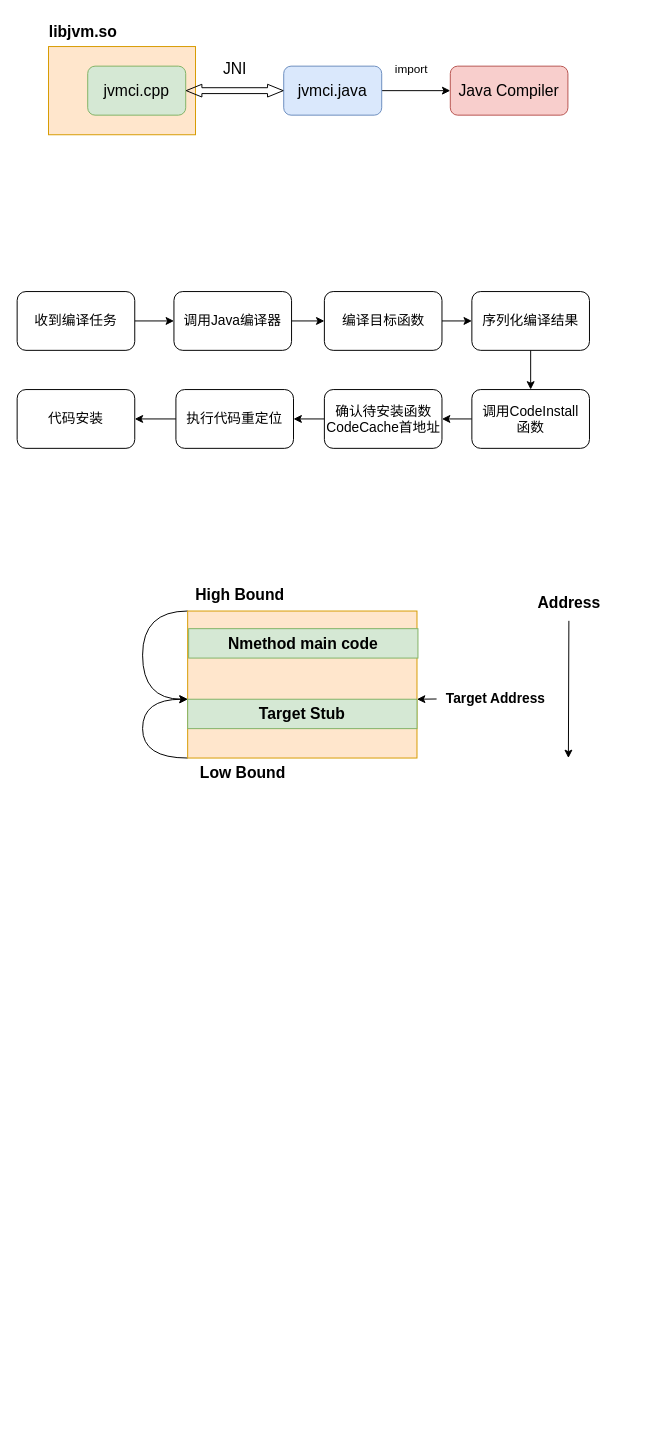
f123888/Draw.IO keeps this draw.io diagram as JVMCI.drawio. Above is the earlier version. Source tidied: cells renumbered, new cells numbered last; positions are measured from the earlier drawing's top-left corner, leaving out a move shared by most shapes. Both pictures are drawn from the tidied source at 98%, with x=0, y=0 at pixel (17, 17).
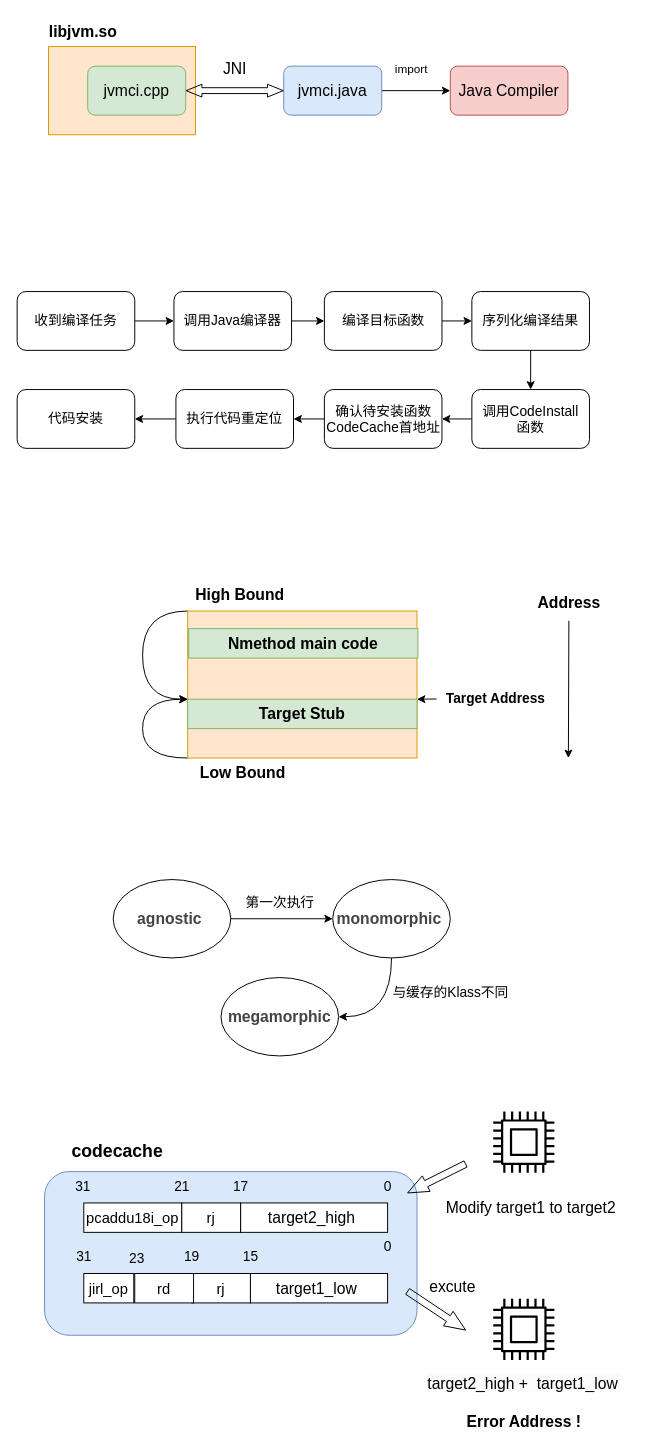
The same diagram, later.

Change to the diagram source:
```diff
@@
+    <mxCell id="37" style="rounded=1;whiteSpace=wrap;html=1;fillColor=#dae8fc;strokeColor=#6c8ebf;" parent="1" vertex="1">
+      <mxGeometry x="28" y="1178" width="380" height="167" as="geometry" />
+    </mxCell>
@@
+    <mxCell id="38" style="edgeStyle=orthogonalEdgeStyle;rounded=0;jettySize=auto;html=1;exitX=1;exitY=0.5;exitDx=0;exitDy=0;entryX=0;entryY=0.5;entryDx=0;entryDy=0;" parent="1" edge="1" source="39" target="41">
+      <mxGeometry relative="1" as="geometry" />
+    </mxCell>
+    <mxCell id="39" value="&lt;span style=&quot;color: rgb(68, 68, 68); font-family: &amp;quot;Bitstream Vera Sans&amp;quot;, &amp;quot;Luxi Sans&amp;quot;, Helvetica, Arial, san-serif; text-align: left; background-color: rgb(255, 255, 255);&quot;&gt;&lt;font style=&quot;font-size: 16px;&quot;&gt;&lt;b&gt;agnostic&amp;nbsp;&lt;/b&gt;&lt;/font&gt;&lt;/span&gt;" style="ellipse;whiteSpace=wrap;html=1;" parent="1" vertex="1">
+      <mxGeometry x="98" y="880" width="120" height="80" as="geometry" />
+    </mxCell>
+    <mxCell id="40" style="edgeStyle=orthogonalEdgeStyle;rounded=0;jettySize=auto;html=1;exitX=0.5;exitY=1;exitDx=0;exitDy=0;entryX=1;entryY=0.5;entryDx=0;entryDy=0;curved=1;" parent="1" edge="1" source="41" target="42">
+      <mxGeometry relative="1" as="geometry" />
+    </mxCell>
+    <mxCell id="41" value="&lt;span style=&quot;color: rgb(68, 68, 68); font-family: &amp;quot;Bitstream Vera Sans&amp;quot;, &amp;quot;Luxi Sans&amp;quot;, Helvetica, Arial, san-serif; text-align: left; background-color: rgb(255, 255, 255);&quot;&gt;&lt;font style=&quot;font-size: 16px;&quot;&gt;&lt;b&gt;monomorphic&amp;nbsp;&lt;/b&gt;&lt;/font&gt;&lt;/span&gt;" style="ellipse;whiteSpace=wrap;html=1;" parent="1" vertex="1">
+      <mxGeometry x="322" y="880" width="120" height="80" as="geometry" />
+    </mxCell>
+    <mxCell id="42" value="&lt;span style=&quot;color: rgb(68, 68, 68); font-family: &amp;quot;Bitstream Vera Sans&amp;quot;, &amp;quot;Luxi Sans&amp;quot;, Helvetica, Arial, san-serif; text-align: left; background-color: rgb(255, 255, 255);&quot;&gt;&lt;font style=&quot;font-size: 16px;&quot;&gt;&lt;b&gt;megamorphic&lt;/b&gt;&lt;/font&gt;&lt;/span&gt;" style="ellipse;whiteSpace=wrap;html=1;" parent="1" vertex="1">
+      <mxGeometry x="208" y="980" width="120" height="80" as="geometry" />
+    </mxCell>
+    <mxCell id="43" value="&lt;font style=&quot;font-size: 14px;&quot;&gt;第一次执行&lt;/font&gt;" style="text;html=1;align=center;verticalAlign=middle;strokeColor=none;fillColor=none;" parent="1" vertex="1">
+      <mxGeometry x="223" y="888" width="90" height="30" as="geometry" />
+    </mxCell>
+    <mxCell id="44" value="&lt;span style=&quot;font-size: 14px;&quot;&gt;与缓存的Klass不同&lt;/span&gt;" style="text;html=1;align=center;verticalAlign=middle;strokeColor=none;fillColor=none;" parent="1" vertex="1">
+      <mxGeometry x="372" y="980" width="140" height="30" as="geometry" />
+    </mxCell>
+    <mxCell id="45" style="sketch=0;dashed=0;verticalLabelPosition=bottom;verticalAlign=top;align=center;html=1;fontSize=12;fontStyle=0;shape=mxgraph.aws4.resourceIcon;resIcon=mxgraph.aws4.compute;" parent="1" vertex="1">
+      <mxGeometry x="478" y="1109" width="78" height="78" as="geometry" />
+    </mxCell>
+    <mxCell id="46" value="&lt;pre style=&quot;font-family: var(--ds-font-family-code); overflow: auto; padding: calc(var(--ds-md-zoom)*8px)calc(var(--ds-md-zoom)*12px); text-wrap-mode: wrap; word-break: break-all; text-align: left; margin-top: 0px !important; margin-bottom: 0px !important;&quot;&gt;&lt;font style=&quot;font-size: 16px; color: rgb(0, 0, 0);&quot;&gt;target2_high &lt;/font&gt;&lt;/pre&gt;" style="rounded=0;whiteSpace=wrap;html=1;" parent="1" vertex="1">
+      <mxGeometry x="228" y="1210" width="150" height="30" as="geometry" />
+    </mxCell>
+    <mxCell id="47" style="sketch=0;dashed=0;verticalLabelPosition=bottom;verticalAlign=top;align=center;html=1;fontSize=12;fontStyle=0;shape=mxgraph.aws4.resourceIcon;resIcon=mxgraph.aws4.compute;" parent="1" vertex="1">
+      <mxGeometry x="478" y="1300" width="78" height="78" as="geometry" />
+    </mxCell>
+    <mxCell id="48" value="&lt;font style=&quot;font-size: 15px;&quot;&gt;pcaddu18i_op&lt;/font&gt;" style="rounded=0;whiteSpace=wrap;html=1;" parent="1" vertex="1">
+      <mxGeometry x="68" y="1210" width="100" height="30" as="geometry" />
+    </mxCell>
+    <mxCell id="49" value="0" style="text;html=1;align=center;verticalAlign=middle;strokeColor=none;fillColor=none;fontSize=14;" parent="1" vertex="1">
+      <mxGeometry x="363" y="1178" width="30" height="30" as="geometry" />
+    </mxCell>
+    <mxCell id="50" value="17" style="text;html=1;align=center;verticalAlign=middle;strokeColor=none;fillColor=none;fontSize=14;" parent="1" vertex="1">
+      <mxGeometry x="208" y="1178" width="40" height="30" as="geometry" />
+    </mxCell>
+    <mxCell id="51" value="&lt;font style=&quot;font-size: 14px;&quot;&gt;31&lt;/font&gt;" style="text;html=1;align=center;verticalAlign=middle;strokeColor=none;fillColor=none;" parent="1" vertex="1">
+      <mxGeometry x="47" y="1178" width="40" height="30" as="geometry" />
+    </mxCell>
+    <mxCell id="52" value="&lt;pre style=&quot;font-family: var(--ds-font-family-code); overflow: auto; padding: calc(var(--ds-md-zoom)*8px)calc(var(--ds-md-zoom)*12px); text-wrap-mode: wrap; word-break: break-all; text-align: left; margin-top: 0px !important; margin-bottom: 0px !important;&quot;&gt;&lt;font style=&quot;font-size: 16px; color: rgb(0, 0, 0);&quot;&gt;target1_low &lt;/font&gt;&lt;/pre&gt;" style="rounded=0;whiteSpace=wrap;html=1;" parent="1" vertex="1">
+      <mxGeometry x="238" y="1282" width="140" height="30" as="geometry" />
+    </mxCell>
+    <mxCell id="53" value="&lt;font style=&quot;font-size: 15px;&quot;&gt;jirl_op&lt;/font&gt;" style="rounded=0;whiteSpace=wrap;html=1;" parent="1" vertex="1">
+      <mxGeometry x="68" y="1282" width="51" height="30" as="geometry" />
+    </mxCell>
+    <mxCell id="54" value="0" style="text;html=1;align=center;verticalAlign=middle;strokeColor=none;fillColor=none;fontSize=14;" parent="1" vertex="1">
+      <mxGeometry x="363" y="1240" width="30" height="30" as="geometry" />
+    </mxCell>
+    <mxCell id="55" value="15" style="text;html=1;align=center;verticalAlign=middle;strokeColor=none;fillColor=none;fontSize=14;" parent="1" vertex="1">
+      <mxGeometry x="218" y="1250" width="40" height="30" as="geometry" />
+    </mxCell>
+    <mxCell id="56" value="&lt;font style=&quot;font-size: 14px;&quot;&gt;31&lt;/font&gt;" style="text;html=1;align=center;verticalAlign=middle;strokeColor=none;fillColor=none;" parent="1" vertex="1">
+      <mxGeometry x="48" y="1250" width="40" height="30" as="geometry" />
+    </mxCell>
+    <mxCell id="57" style="shape=flexArrow;endArrow=classic;html=1;rounded=0;fontSize=9;width=7;endWidth=9.722222222222221;endSize=6.730555555555555;" parent="1" edge="1">
+      <mxGeometry relative="1" as="geometry">
+        <mxPoint x="458" y="1170" as="sourcePoint" />
+        <mxPoint x="398" y="1200" as="targetPoint" />
+      </mxGeometry>
+    </mxCell>
+    <mxCell id="58" value="&lt;font style=&quot;font-size: 16px;&quot;&gt;Modify target1 to target2&lt;/font&gt;" style="text;html=1;align=center;verticalAlign=middle;strokeColor=none;fillColor=none;" parent="1" vertex="1">
+      <mxGeometry x="424" y="1200" width="200" height="30" as="geometry" />
+    </mxCell>
+    <mxCell id="59" style="shape=flexArrow;endArrow=classic;html=1;rounded=0;fontSize=9;width=7;endWidth=9.722222222222221;endSize=6.730555555555555;" parent="1" edge="1">
+      <mxGeometry relative="1" as="geometry">
+        <mxPoint x="398" y="1300" as="sourcePoint" />
+        <mxPoint x="458" y="1340" as="targetPoint" />
+      </mxGeometry>
+    </mxCell>
+    <mxCell id="60" value="&lt;font style=&quot;font-size: 18px;&quot;&gt;&lt;b&gt;codecache&lt;/b&gt;&lt;/font&gt;" style="text;html=1;align=center;verticalAlign=middle;strokeColor=none;fillColor=none;" parent="1" vertex="1">
+      <mxGeometry x="42" y="1138" width="120" height="40" as="geometry" />
+    </mxCell>
+    <mxCell id="61" value="&lt;font style=&quot;font-size: 16px;&quot;&gt;excute&lt;/font&gt;" style="text;html=1;align=center;verticalAlign=middle;strokeColor=none;fillColor=none;" parent="1" vertex="1">
+      <mxGeometry x="409" y="1280" width="70" height="30" as="geometry" />
+    </mxCell>
+    <mxCell id="62" value="&lt;font style=&quot;font-size: 15px;&quot;&gt;rj&lt;/font&gt;" style="rounded=0;whiteSpace=wrap;html=1;" parent="1" vertex="1">
+      <mxGeometry x="168" y="1210" width="60" height="30" as="geometry" />
+    </mxCell>
+    <mxCell id="63" value="21" style="text;html=1;align=center;verticalAlign=middle;strokeColor=none;fillColor=none;fontSize=14;" parent="1" vertex="1">
+      <mxGeometry x="148" y="1178" width="40" height="30" as="geometry" />
+    </mxCell>
+    <mxCell id="64" value="&lt;font style=&quot;font-size: 15px;&quot;&gt;rj&lt;/font&gt;" style="rounded=0;whiteSpace=wrap;html=1;" parent="1" vertex="1">
+      <mxGeometry x="178" y="1282" width="60" height="30" as="geometry" />
+    </mxCell>
+    <mxCell id="65" value="&lt;font style=&quot;font-size: 15px;&quot;&gt;rd&lt;/font&gt;" style="rounded=0;whiteSpace=wrap;html=1;" parent="1" vertex="1">
+      <mxGeometry x="120" y="1282" width="60" height="30" as="geometry" />
+    </mxCell>
+    <mxCell id="66" value="19" style="text;html=1;align=center;verticalAlign=middle;strokeColor=none;fillColor=none;fontSize=14;" parent="1" vertex="1">
+      <mxGeometry x="158" y="1250" width="40" height="30" as="geometry" />
+    </mxCell>
+    <mxCell id="67" value="23" style="text;html=1;align=center;verticalAlign=middle;strokeColor=none;fillColor=none;fontSize=14;" parent="1" vertex="1">
+      <mxGeometry x="102" y="1252" width="40" height="30" as="geometry" />
+    </mxCell>
+    <mxCell id="68" value="&lt;font style=&quot;font-size: 16px;&quot;&gt;&lt;b&gt;Error Address !&lt;/b&gt;&lt;/font&gt;" style="text;html=1;align=center;verticalAlign=middle;strokeColor=none;fillColor=none;" parent="1" vertex="1">
+      <mxGeometry x="447" y="1418" width="140" height="30" as="geometry" />
+    </mxCell>
+    <mxCell id="69" value="&lt;pre style=&quot;forced-color-adjust: none; color: rgb(0, 0, 0); font-style: normal; font-variant-ligatures: normal; font-variant-caps: normal; font-weight: 400; letter-spacing: normal; orphans: 2; text-indent: 0px; text-transform: none; widows: 2; word-spacing: 0px; -webkit-text-stroke-width: 0px; background-color: rgb(251, 251, 251); text-decoration-thickness: initial; text-decoration-style: initial; text-decoration-color: initial; font-family: var(--ds-font-family-code); overflow: auto; padding: calc(var(--ds-md-zoom)*8px)calc(var(--ds-md-zoom)*12px); text-wrap-mode: wrap; word-break: break-all; text-align: left; margin-top: 0px !important; margin-bottom: 0px !important;&quot;&gt;&lt;font style=&quot;font-size: 16px; forced-color-adjust: none; color: rgb(0, 0, 0);&quot;&gt;target2_high +  &lt;/font&gt;&lt;font style=&quot;font-size: 16px;&quot;&gt;target1_low &lt;/font&gt;&lt;/pre&gt;" style="text;whiteSpace=wrap;html=1;" parent="1" vertex="1">
+      <mxGeometry x="417" y="1378" width="200" height="40" as="geometry" />
+    </mxCell>
```
